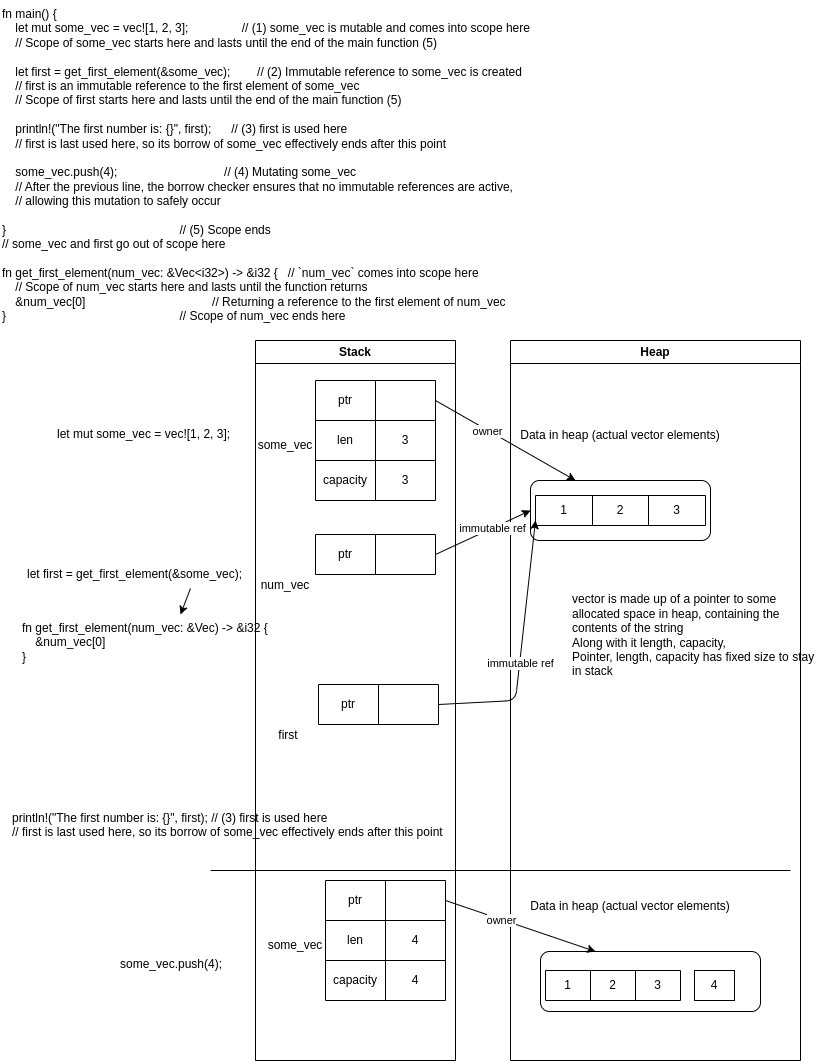
Earlier version of the draw.io export section4-ownership/problem1-stack_heap.drawio.png (prabh8331/Rust-lang). Source tidied: cells renumbered, new cells last; positions are measured from the earlier drawing's top-left corner, leaving out a move shared by most shapes.
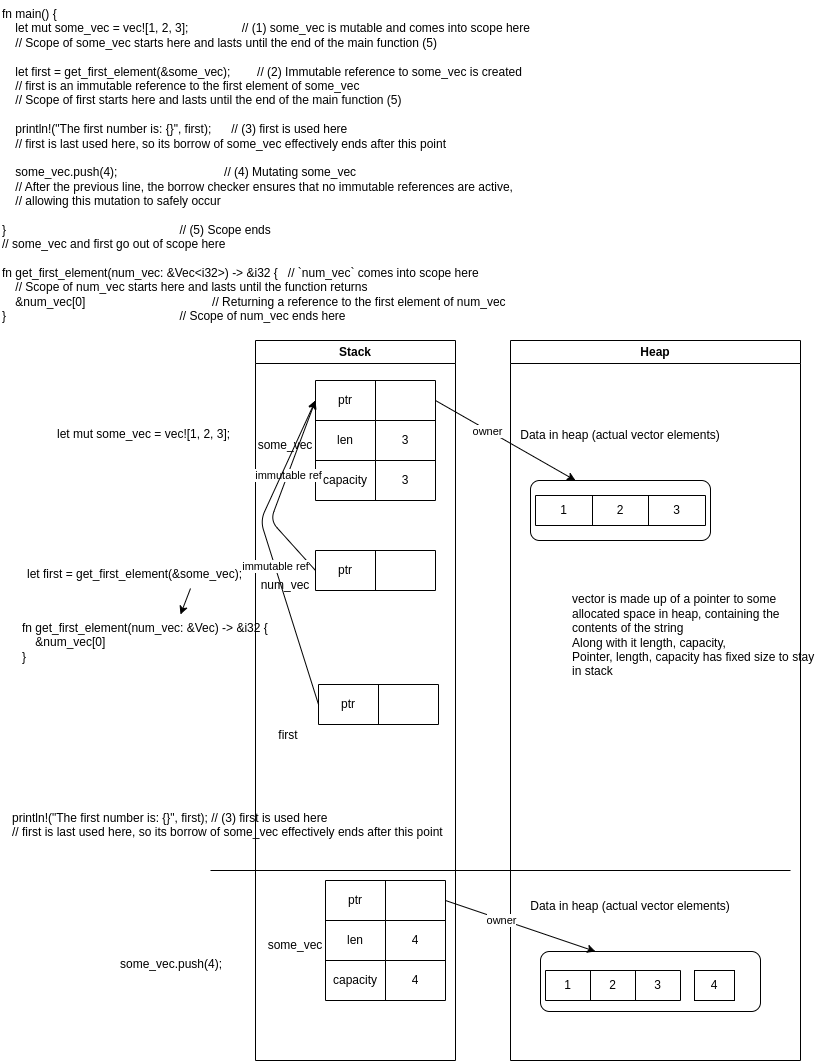
Above is the later version.

Commit message:
stack heap

Change to the diagram source:
```diff
@@ -138,7 +138,7 @@
       <mxGeometry x="-0.26" y="-1" relative="1" as="geometry" />
     </mxCell>
     <mxCell id="47" style="shape=table;html=1;whiteSpace=wrap;startSize=0;" parent="1" vertex="1">
-      <mxGeometry x="315" y="534" width="120" height="40" as="geometry" />
+      <mxGeometry x="315" y="550" width="120" height="40" as="geometry" />
     </mxCell>
     <mxCell id="48" style="shape=tableRow;horizontal=0;startSize=0;swimlaneHead=0;swimlaneBody=0;top=0;left=0;bottom=0;right=0;fillColor=none;points=[[0,0.5],[1,0.5]];portConstraint=eastwest;" parent="47" vertex="1">
       <mxGeometry width="120" height="40" as="geometry" />
@@ -149,8 +149,12 @@
     <mxCell id="50" style="shape=partialRectangle;html=1;whiteSpace=wrap;fillColor=none;top=0;left=0;bottom=0;right=0;overflow=hidden;" parent="48" vertex="1">
       <mxGeometry x="60" width="60" height="40" as="geometry" />
     </mxCell>
-    <mxCell id="51" style="edgeStyle=none;html=1;exitX=1;exitY=0.5;exitDx=0;exitDy=0;entryX=0;entryY=0.5;entryDx=0;entryDy=0;" parent="1" edge="1" source="48" target="7">
-      <mxGeometry relative="1" as="geometry" />
+    <mxCell id="51" style="edgeStyle=none;html=1;exitX=0;exitY=0.5;exitDx=0;exitDy=0;entryX=0;entryY=0.5;entryDx=0;entryDy=0;" parent="1" edge="1" source="48" target="36">
+      <mxGeometry relative="1" as="geometry">
+        <Array as="points">
+          <mxPoint x="270" y="520" />
+        </Array>
+      </mxGeometry>
     </mxCell>
     <mxCell id="52" value="immutable ref" style="edgeLabel;html=1;align=center;verticalAlign=middle;" parent="51" vertex="1">
       <mxGeometry x="0.19" relative="1" as="geometry" />
@@ -179,11 +183,10 @@
     <mxCell id="60" style="shape=partialRectangle;html=1;whiteSpace=wrap;fillColor=none;top=0;left=0;bottom=0;right=0;overflow=hidden;" parent="58" vertex="1">
       <mxGeometry x="60" width="60" height="40" as="geometry" />
     </mxCell>
-    <mxCell id="61" style="endArrow=classic;html=1;exitX=1;exitY=0.5;exitDx=0;exitDy=0;" parent="1" edge="1" source="58">
+    <mxCell id="61" style="endArrow=classic;html=1;exitX=0;exitY=0.5;exitDx=0;exitDy=0;entryX=0;entryY=0.5;entryDx=0;entryDy=0;" parent="1" edge="1" source="58" target="36">
       <mxGeometry relative="1" as="geometry">
-        <mxPoint x="535" y="520" as="targetPoint" />
         <Array as="points">
-          <mxPoint x="515" y="700" />
+          <mxPoint x="260" y="520" />
         </Array>
       </mxGeometry>
     </mxCell>
```
